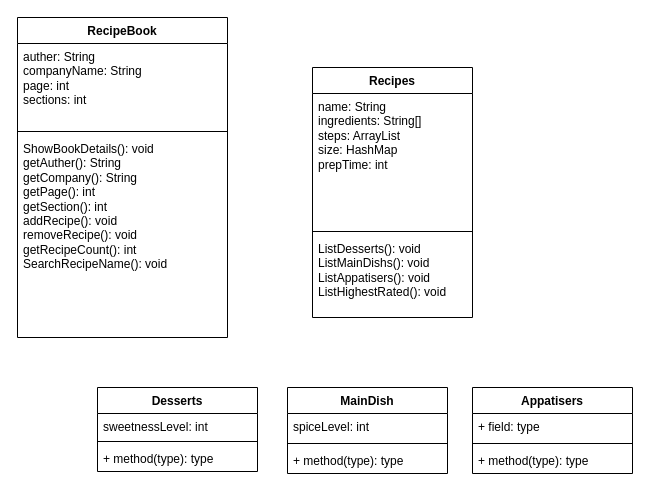
This is Diagram3.drawio from mohammad9181/Delivrable-1-UML, a draw.io file, before an edit. Source tidied: cells renumbered, new cells numbered last; positions are measured from the earlier drawing's top-left corner, leaving out a move shared by most shapes. Both pictures are drawn from the tidied source at 100%, with x=0, y=0 at pixel (17, 17).
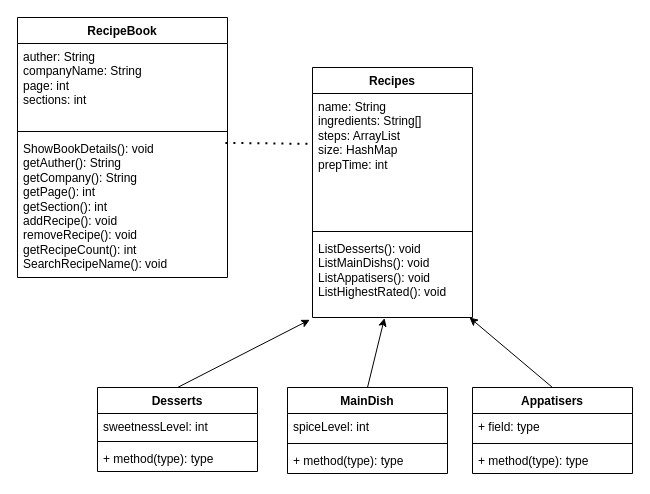
After the change.

Unchanged cells that the change refers to:
```xml
<mxCell id="7" value="name: String&lt;div&gt;ingredients: String[]&lt;/div&gt;&lt;div&gt;steps: ArrayList&lt;/div&gt;&lt;div&gt;size: HashMap&lt;/div&gt;&lt;div&gt;prepTime: int&lt;/div&gt;&lt;div&gt;&lt;br&gt;&lt;/div&gt;&lt;div&gt;&lt;br&gt;&lt;/div&gt;" style="text;strokeColor=none;fillColor=none;align=left;verticalAlign=top;spacingLeft=4;spacingRight=4;overflow=hidden;points=[[0,0.5],[1,0.5]];portConstraint=eastwest;whiteSpace=wrap;html=1;" parent="6" vertex="1">
  <mxGeometry y="26" width="160" height="134" as="geometry" />
</mxCell>
<mxCell id="9" value="&lt;div&gt;ListDesserts(): void&lt;/div&gt;&lt;div&gt;ListMainDishs(): void&lt;/div&gt;&lt;div&gt;ListAppatisers(): void&lt;/div&gt;&lt;div&gt;ListHighestRated(): void&lt;/div&gt;&lt;div&gt;&lt;br&gt;&lt;/div&gt;&lt;div&gt;&lt;br&gt;&lt;/div&gt;&lt;div&gt;&lt;br&gt;&lt;/div&gt;&lt;div&gt;&lt;br&gt;&lt;/div&gt;" style="text;strokeColor=none;fillColor=none;align=left;verticalAlign=top;spacingLeft=4;spacingRight=4;overflow=hidden;points=[[0,0.5],[1,0.5]];portConstraint=eastwest;whiteSpace=wrap;html=1;" parent="6" vertex="1">
  <mxGeometry y="168" width="160" height="82" as="geometry" />
</mxCell>
<mxCell id="10" value="Desserts" style="swimlane;fontStyle=1;align=center;verticalAlign=top;horizontal=1;startSize=26;whiteSpace=wrap;html=1;" parent="1" vertex="1">
  <mxGeometry x="80" y="370" width="160" height="84" as="geometry" />
</mxCell>
<mxCell id="14" value="MainDish" style="swimlane;fontStyle=1;align=center;verticalAlign=top;horizontal=1;startSize=26;whiteSpace=wrap;html=1;" parent="1" vertex="1">
  <mxGeometry x="270" y="370" width="160" height="86" as="geometry" />
</mxCell>
<mxCell id="18" value="Appatisers" style="swimlane;fontStyle=1;align=center;verticalAlign=top;horizontal=1;startSize=26;whiteSpace=wrap;html=1;" parent="1" vertex="1">
  <mxGeometry x="455" y="370" width="160" height="86" as="geometry" />
</mxCell>
```

Diff of the diagram source:
```diff
@@
     <mxCell id="2" value="RecipeBook" style="swimlane;fontStyle=1;align=center;verticalAlign=top;horizontal=1;startSize=26;whiteSpace=wrap;html=1;" parent="1" vertex="1">
-      <mxGeometry width="210" height="320" as="geometry" />
+      <mxGeometry width="210" height="260" as="geometry" />
     </mxCell>
@@
     <mxCell id="5" value="ShowBookDetails(): void&lt;div&gt;getAuther(): String&lt;/div&gt;&lt;div&gt;getCompany(): String&lt;/div&gt;&lt;div&gt;getPage(): int&lt;/div&gt;&lt;div&gt;getSection(): int&lt;/div&gt;&lt;div&gt;addRecipe(): void&lt;/div&gt;&lt;div&gt;removeRecipe(): void&lt;/div&gt;&lt;div&gt;getRecipeCount(): int&lt;/div&gt;&lt;div&gt;SearchRecipeName(): void&lt;/div&gt;&lt;div&gt;&lt;br&gt;&lt;/div&gt;" style="text;strokeColor=none;fillColor=none;align=left;verticalAlign=top;spacingLeft=4;spacingRight=4;overflow=hidden;points=[[0,0.5],[1,0.5]];portConstraint=eastwest;whiteSpace=wrap;html=1;" parent="2" vertex="1">
-      <mxGeometry y="118" width="210" height="202" as="geometry" />
+      <mxGeometry y="118" width="210" height="142" as="geometry" />
     </mxCell>
@@
+    <mxCell id="22" style="endArrow=classic;html=1;rounded=0;exitX=0.5;exitY=0;exitDx=0;exitDy=0;entryX=-0.017;entryY=1.028;entryDx=0;entryDy=0;entryPerimeter=0;" parent="1" edge="1" source="10" target="9">
+      <mxGeometry relative="1" as="geometry" />
+    </mxCell>
+    <mxCell id="23" style="endArrow=classic;html=1;rounded=0;exitX=0.5;exitY=0;exitDx=0;exitDy=0;entryX=0.45;entryY=1.007;entryDx=0;entryDy=0;entryPerimeter=0;" parent="1" edge="1" source="14" target="9">
+      <mxGeometry relative="1" as="geometry" />
+    </mxCell>
+    <mxCell id="24" style="endArrow=classic;html=1;rounded=0;exitX=0.5;exitY=0;exitDx=0;exitDy=0;" parent="1" edge="1" source="18">
+      <mxGeometry relative="1" as="geometry">
+        <mxPoint x="452" y="300" as="targetPoint" />
+      </mxGeometry>
+    </mxCell>
+    <mxCell id="25" style="endArrow=none;dashed=1;html=1;dashPattern=1 3;strokeWidth=2;rounded=0;exitX=0.99;exitY=0.052;exitDx=0;exitDy=0;exitPerimeter=0;entryX=-0.011;entryY=0.376;entryDx=0;entryDy=0;entryPerimeter=0;" parent="1" edge="1" source="5" target="7">
+      <mxGeometry relative="1" as="geometry" />
+    </mxCell>
```
